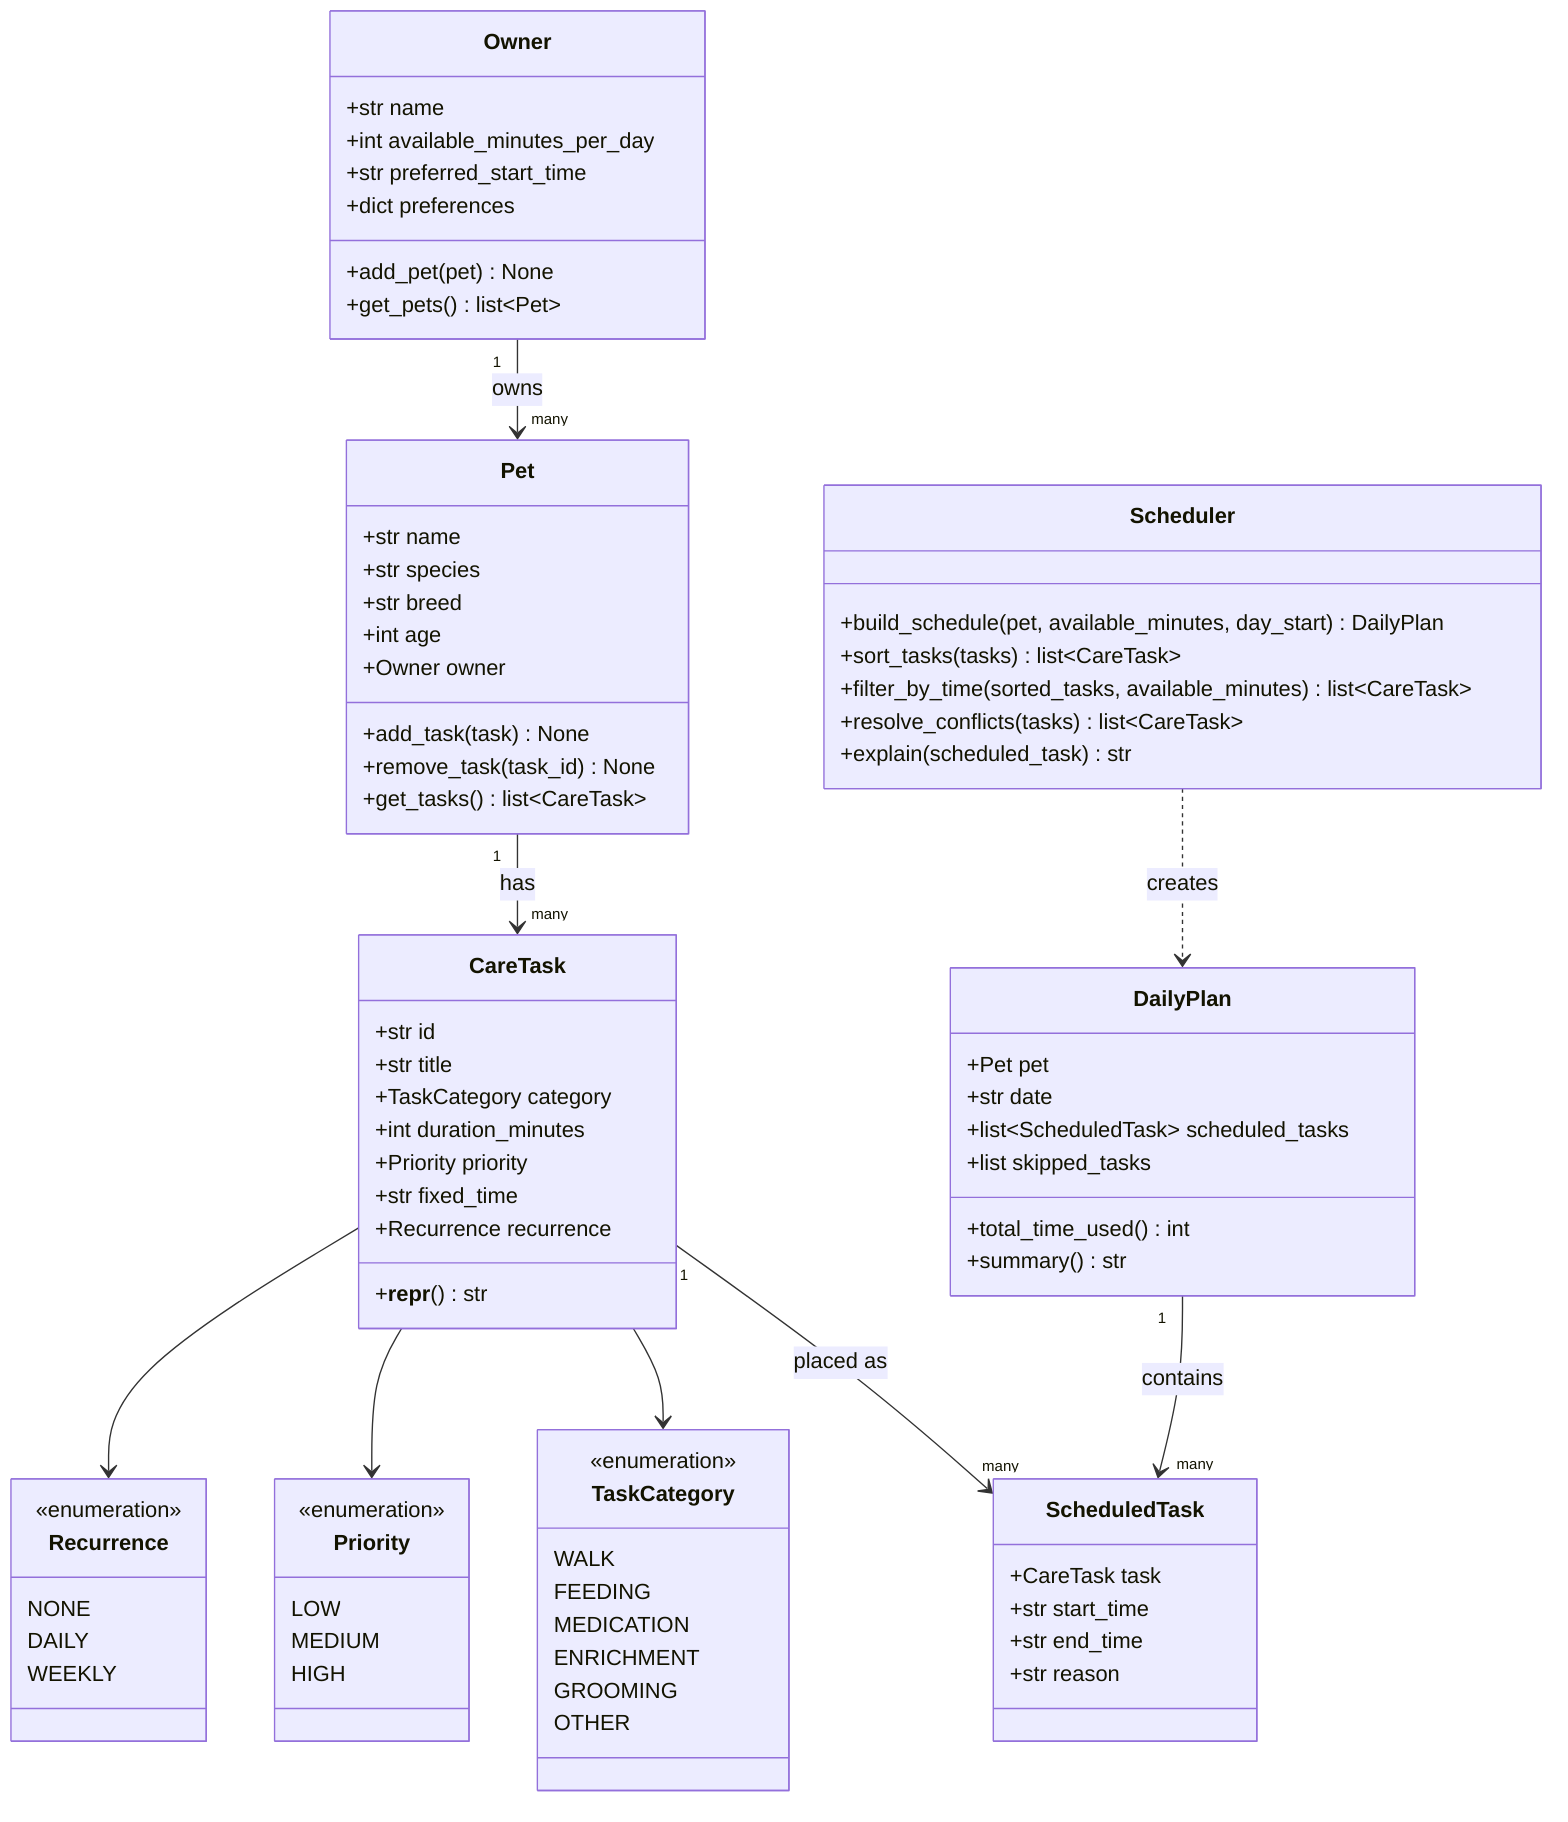
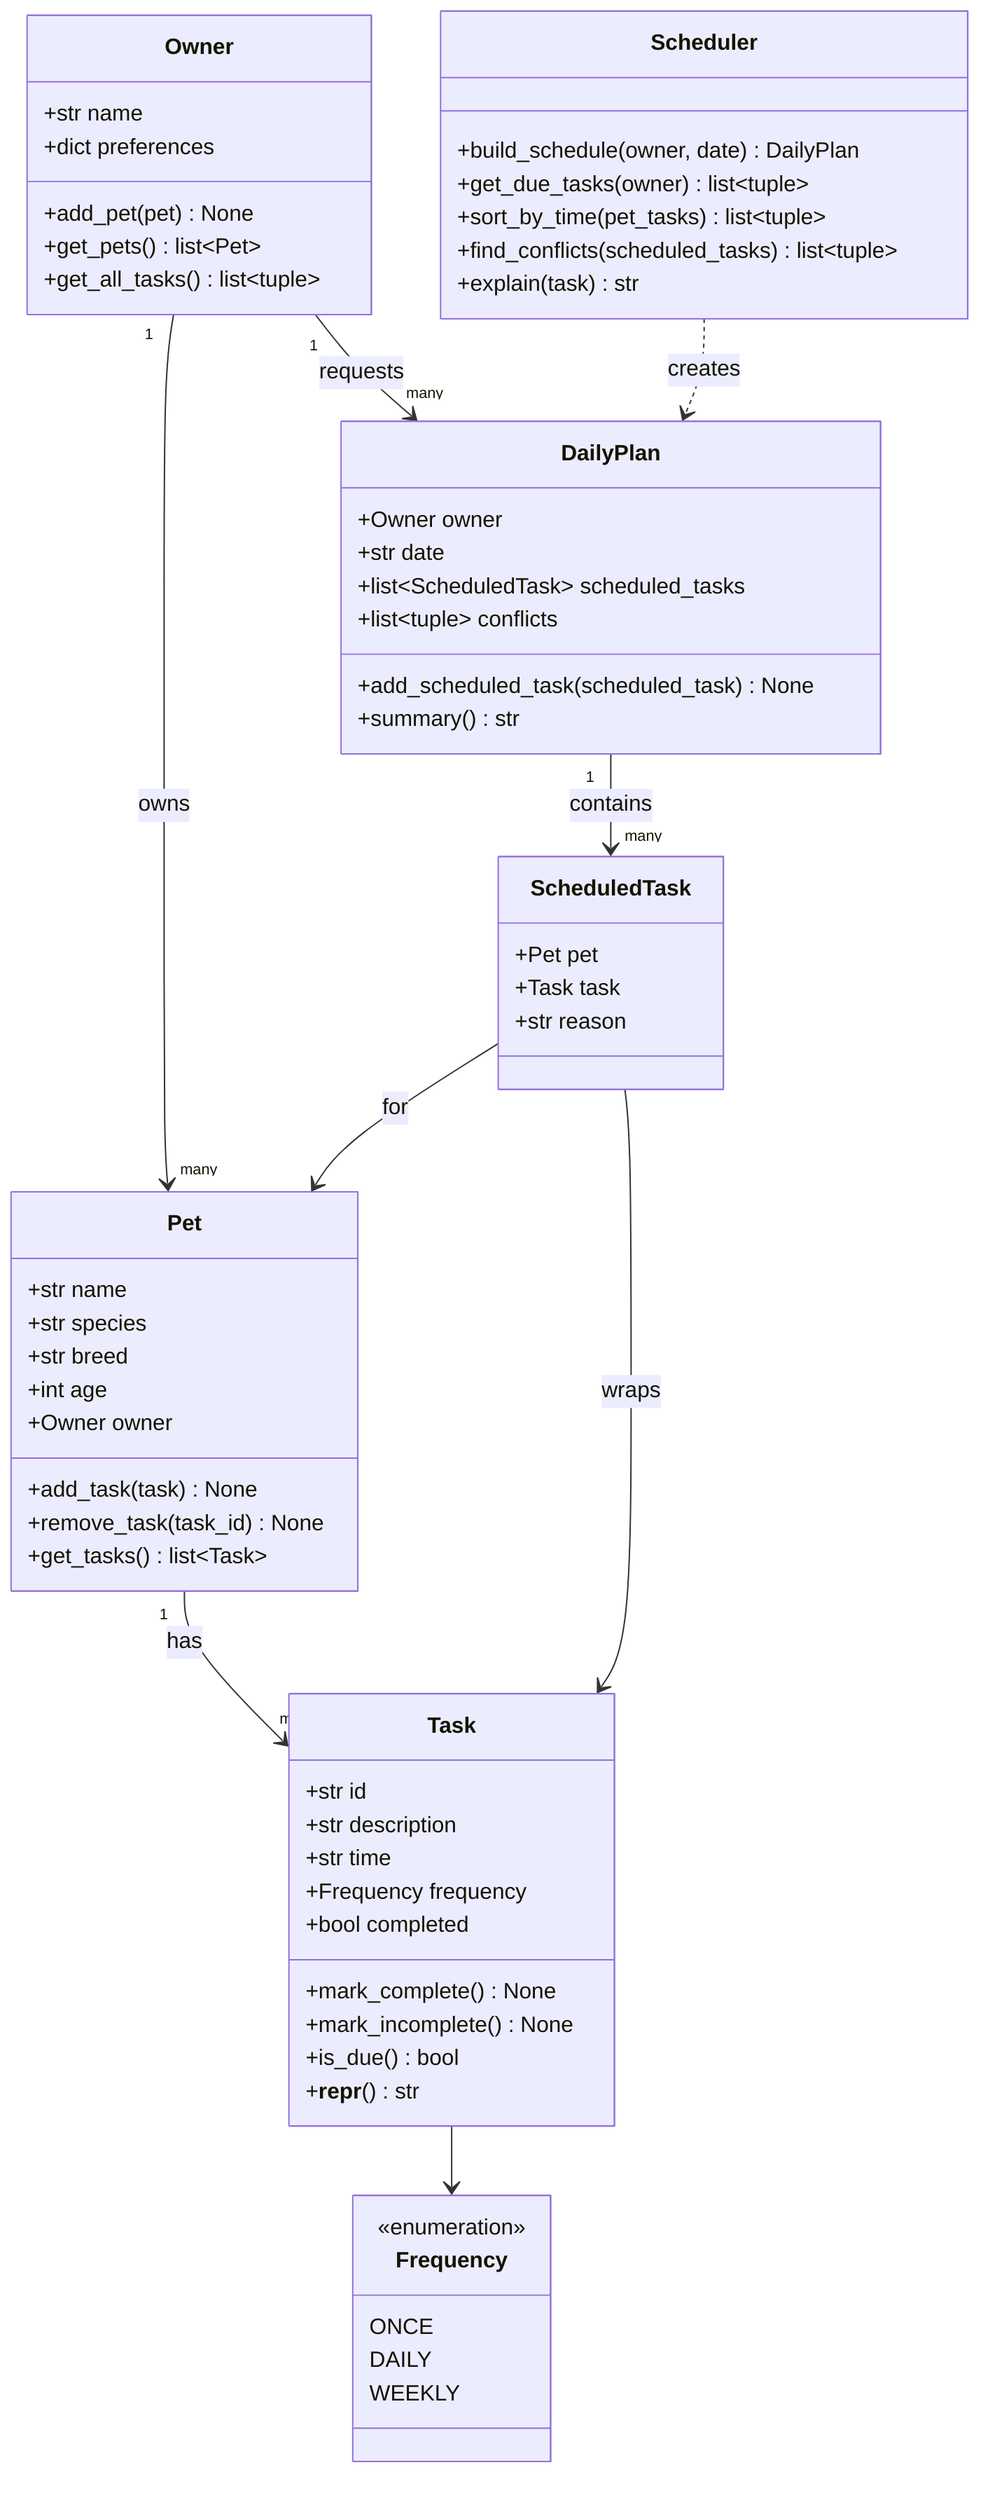
classDiagram
-     %% Initial design draft — will be refined once implementation is underway.
+     %% Matches pawpal_system.py. Scheduler merges tasks across ALL of an
+     %% owner's pets into one DailyPlan (not one plan per pet).

-     class Owner {
-         +str name
-         +int available_minutes_per_day
-         +str preferred_start_time
-         +dict preferences
-         +add_pet(pet) None
-         +get_pets() list~Pet~
+     class Frequency {
+         <<enumeration>>
+         ONCE
+         DAILY
+         WEEKLY
+     }
+ 
+     class Task {
+         +str id
+         +str description
+         +str time
+         +Frequency frequency
+         +bool completed
+         +mark_complete() None
+         +mark_incomplete() None
+         +is_due() bool
+         +__repr__() str
    }

    class Pet {
        +str name
        +str species
        +str breed
        +int age
        +Owner owner
        +add_task(task) None
        +remove_task(task_id) None
-         +get_tasks() list~CareTask~
+         +get_tasks() list~Task~
    }

-     class Priority {
-         <<enumeration>>
-         LOW
-         MEDIUM
-         HIGH
-     }
- 
-     class TaskCategory {
-         <<enumeration>>
-         WALK
-         FEEDING
-         MEDICATION
-         ENRICHMENT
-         GROOMING
-         OTHER
-     }
- 
-     class Recurrence {
-         <<enumeration>>
-         NONE
-         DAILY
-         WEEKLY
-     }
- 
-     class CareTask {
-         +str id
-         +str title
-         +TaskCategory category
-         +int duration_minutes
-         +Priority priority
-         +str fixed_time
-         +Recurrence recurrence
-         +__repr__() str
+     class Owner {
+         +str name
+         +dict preferences
+         +add_pet(pet) None
+         +get_pets() list~Pet~
+         +get_all_tasks() list~tuple~
    }

    class ScheduledTask {
-         +CareTask task
-         +str start_time
-         +str end_time
+         +Pet pet
+         +Task task
        +str reason
    }

-     class Scheduler {
-         +build_schedule(pet, available_minutes, day_start) DailyPlan
-         +sort_tasks(tasks) list~CareTask~
-         +filter_by_time(sorted_tasks, available_minutes) list~CareTask~
-         +resolve_conflicts(tasks) list~CareTask~
-         +explain(scheduled_task) str
-     }
- 
    class DailyPlan {
-         +Pet pet
+         +Owner owner
        +str date
        +list~ScheduledTask~ scheduled_tasks
-         +list skipped_tasks
-         +total_time_used() int
+         +list~tuple~ conflicts
+         +add_scheduled_task(scheduled_task) None
        +summary() str
    }

+     class Scheduler {
+         +build_schedule(owner, date) DailyPlan
+         +get_due_tasks(owner) list~tuple~
+         +sort_by_time(pet_tasks) list~tuple~
+         +find_conflicts(scheduled_tasks) list~tuple~
+         +explain(task) str
+     }
+ 
    Owner "1" --> "many" Pet : owns
-     Pet "1" --> "many" CareTask : has
-     CareTask "1" --> "many" ScheduledTask : placed as
+     Pet "1" --> "many" Task : has
+     Task --> Frequency
+     Owner "1" --> "many" DailyPlan : requests
    DailyPlan "1" --> "many" ScheduledTask : contains
+     ScheduledTask --> Pet : for
+     ScheduledTask --> Task : wraps
    Scheduler ..> DailyPlan : creates
-     CareTask --> TaskCategory
-     CareTask --> Priority
-     CareTask --> Recurrence
